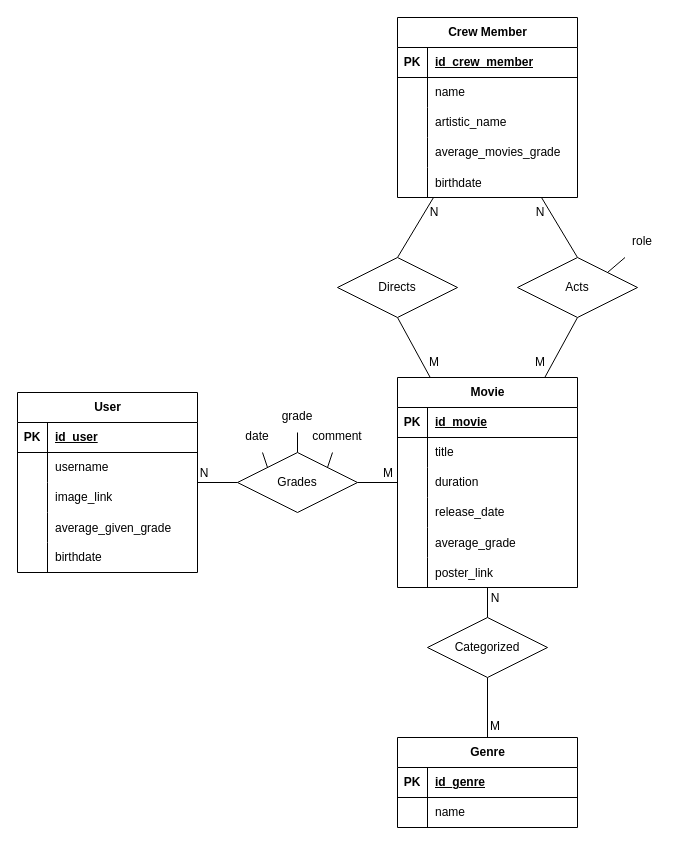
The draw.io diagram lab01/diagramas/diagramaER.drawio in yaesetti/mc536, before the edit. Source tidied: cells renumbered, new cells numbered last; positions are measured from the earlier drawing's top-left corner, leaving out a move shared by most shapes. Both pictures are drawn from the tidied source at 100%, with x=0, y=0 at pixel (17, 17).
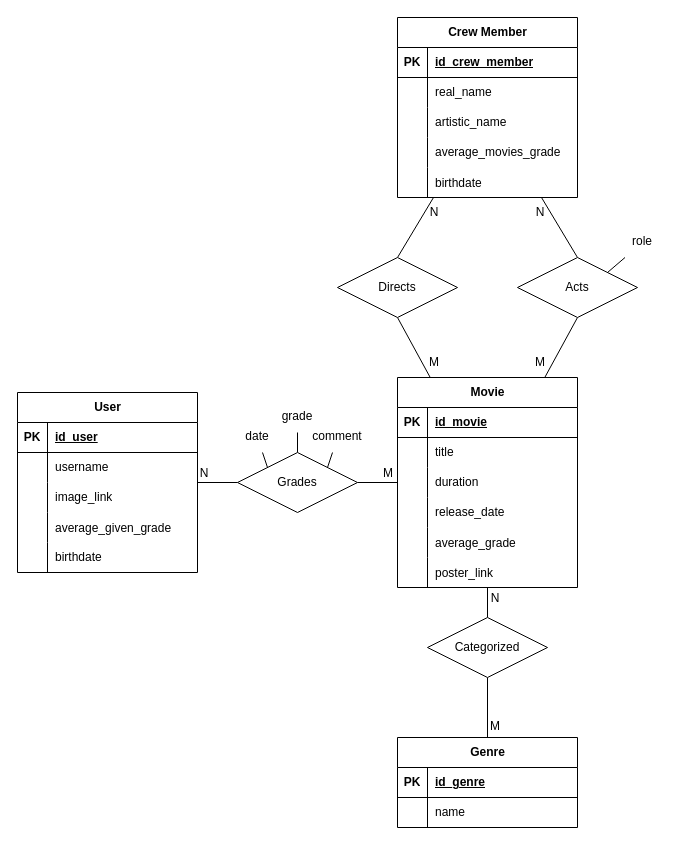
After the change.

Commit message:
fixing conflicts with reserved word

The change refers to these unchanged cells:
```xml
<mxCell id="48" style="shape=tableRow;horizontal=0;startSize=0;swimlaneHead=0;swimlaneBody=0;fillColor=none;top=0;left=0;right=0;bottom=0;" parent="44" vertex="1">
  <mxGeometry y="60" width="180" height="30" as="geometry" />
</mxCell>
```

Diff of the diagram source:
```diff
@@
-    <mxCell id="50" value="name" style="shape=partialRectangle;fillColor=none;top=0;left=0;bottom=0;right=0;align=left;spacingLeft=6;overflow=hidden;whiteSpace=wrap;html=1;" parent="48" vertex="1">
+    <mxCell id="50" value="real_name" style="shape=partialRectangle;fillColor=none;top=0;left=0;bottom=0;right=0;align=left;spacingLeft=6;overflow=hidden;whiteSpace=wrap;html=1;" parent="48" vertex="1">
       <mxGeometry x="30" width="150" height="30" as="geometry" />
     </mxCell>
```
